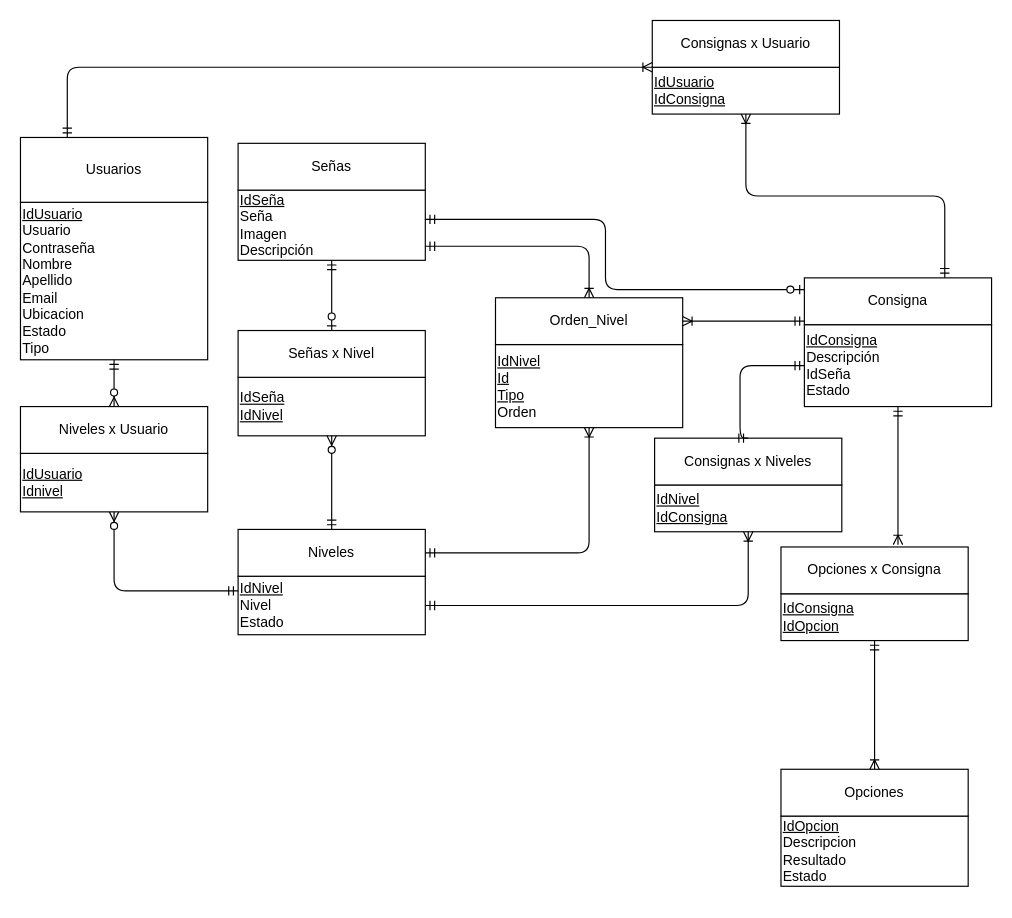
Before: Documentación/DER.drawio in AxelNegro/PA2_Grupo1, a draw.io diagram. Source tidied: cells renumbered, new cells numbered last; positions are measured from the earlier drawing's top-left corner, leaving out a move shared by most shapes. Both pictures are drawn from the tidied source at 117%, with x=0, y=0 at pixel (20, 20).
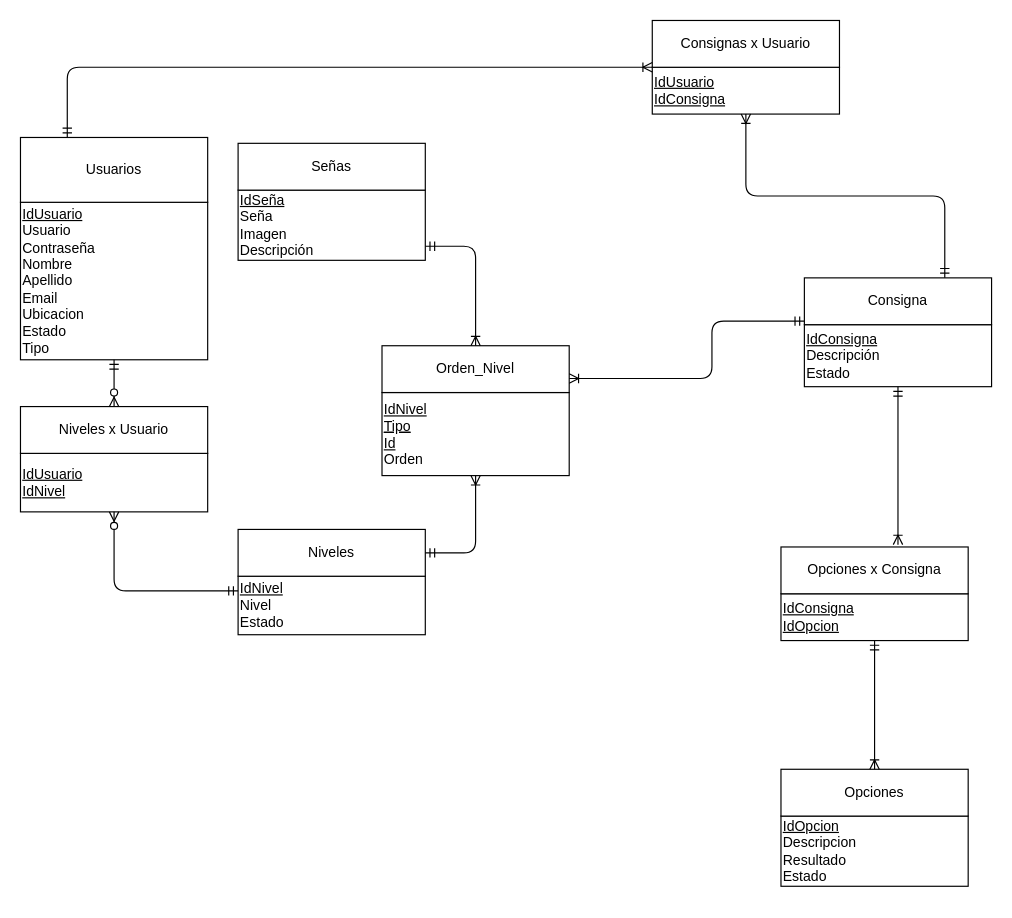
The same page after the edit.

Commit message (it also covers changes not shown here):
Corregido de vuelta otra cosa

Unchanged cells that the change refers to:
```xml
<mxCell id="2" style="group;" parent="1" vertex="1">
  <mxGeometry y="330" width="160" height="90" as="geometry" />
</mxCell>
<mxCell id="8" style="group;" parent="1" vertex="1">
  <mxGeometry x="670" y="220" width="160" height="110" as="geometry" />
</mxCell>
<mxCell id="10" value="Consigna" style="rounded=0;whiteSpace=wrap;html=1;" parent="8" vertex="1">
  <mxGeometry width="160" height="40" as="geometry" />
</mxCell>
<mxCell id="12" value="&lt;div&gt;&lt;u&gt;IdNivel&lt;/u&gt;&lt;/div&gt;&lt;div&gt;Nivel&lt;/div&gt;&lt;div&gt;Estado&lt;br&gt;&lt;u&gt;&lt;/u&gt;&lt;/div&gt;" style="rounded=0;whiteSpace=wrap;html=1;align=left;" parent="11" vertex="1">
  <mxGeometry y="40" width="160" height="50" as="geometry" />
</mxCell>
<mxCell id="13" value="Niveles" style="rounded=0;whiteSpace=wrap;html=1;" parent="11" vertex="1">
  <mxGeometry width="160" height="40" as="geometry" />
</mxCell>
<mxCell id="15" value="&lt;div&gt;&lt;u&gt;IdSeña&lt;/u&gt;&lt;/div&gt;&lt;div&gt;Seña&lt;/div&gt;&lt;div&gt;Imagen&lt;br&gt;&lt;/div&gt;&lt;div&gt;Descripción&lt;/div&gt;" style="rounded=0;whiteSpace=wrap;html=1;align=left;" parent="14" vertex="1">
  <mxGeometry y="40" width="160" height="60" as="geometry" />
</mxCell>
<mxCell id="44" value="Orden_Nivel" style="rounded=0;whiteSpace=wrap;html=1;" parent="42" vertex="1">
  <mxGeometry width="160" height="40" as="geometry" />
</mxCell>
```

Diff of the diagram source:
```diff
@@
-    <mxCell id="3" value="&lt;div&gt;&lt;u&gt;IdUsuario&lt;/u&gt;&lt;/div&gt;&lt;div&gt;&lt;u&gt;Idnivel&lt;/u&gt;&lt;br&gt;&lt;/div&gt;" style="rounded=0;whiteSpace=wrap;html=1;align=left;" parent="2" vertex="1">
+    <mxCell id="3" value="&lt;div&gt;&lt;u&gt;IdUsuario&lt;/u&gt;&lt;/div&gt;&lt;div&gt;&lt;u&gt;IdNivel&lt;/u&gt;&lt;br&gt;&lt;/div&gt;" style="rounded=0;whiteSpace=wrap;html=1;align=left;" parent="2" vertex="1">
       <mxGeometry y="40" width="160" height="50" as="geometry" />
     </mxCell>
@@
-    <mxCell id="9" value="&lt;div&gt;&lt;u&gt;IdConsigna&lt;/u&gt;&lt;/div&gt;&lt;div&gt;Descripción&lt;/div&gt;&lt;div&gt;IdSeña&lt;/div&gt;&lt;div&gt;Estado&lt;br&gt;&lt;u&gt;&lt;/u&gt;&lt;/div&gt;" style="rounded=0;whiteSpace=wrap;html=1;align=left;" parent="8" vertex="1">
-      <mxGeometry y="40" width="160" height="70" as="geometry" />
+    <mxCell id="9" value="&lt;div&gt;&lt;u&gt;IdConsigna&lt;/u&gt;&lt;/div&gt;&lt;div&gt;Descripción&lt;/div&gt;&lt;div&gt;Estado&lt;br&gt;&lt;u&gt;&lt;/u&gt;&lt;/div&gt;" style="rounded=0;whiteSpace=wrap;html=1;align=left;" parent="8" vertex="1">
+      <mxGeometry y="40" width="160" height="53" as="geometry" />
     </mxCell>
@@
-    <mxCell id="17" style="group;" parent="1" vertex="1">
-      <mxGeometry x="186" y="265" width="160" height="90" as="geometry" />
-    </mxCell>
-    <mxCell id="18" value="&lt;div&gt;&lt;u&gt;IdSeña&lt;/u&gt;&lt;/div&gt;&lt;u&gt;IdNivel&lt;/u&gt;&lt;br&gt;&lt;u&gt;&lt;/u&gt;" style="rounded=0;whiteSpace=wrap;html=1;align=left;" parent="17" vertex="1">
-      <mxGeometry y="40" width="160" height="50" as="geometry" />
-    </mxCell>
-    <mxCell id="19" value="Señas x Nivel" style="rounded=0;whiteSpace=wrap;html=1;" parent="17" vertex="1">
-      <mxGeometry width="160" height="40" as="geometry" />
-    </mxCell>
@@
-    <mxCell id="24" style="edgeStyle=orthogonalEdgeStyle;rounded=1;jettySize=auto;html=1;entryX=0.5;entryY=0;entryDx=0;entryDy=0;startArrow=ERmandOne;startFill=0;endArrow=ERzeroToOne;endFill=1;" parent="1" edge="1" source="15" target="19">
-      <mxGeometry relative="1" as="geometry" />
-    </mxCell>
-    <mxCell id="25" style="edgeStyle=orthogonalEdgeStyle;rounded=1;jettySize=auto;html=1;entryX=0.5;entryY=1;entryDx=0;entryDy=0;startArrow=ERmandOne;startFill=0;endArrow=ERzeroToMany;endFill=1;exitX=0.5;exitY=0;exitDx=0;exitDy=0;" parent="1" edge="1" source="13" target="18">
-      <mxGeometry relative="1" as="geometry" />
-    </mxCell>
@@
-    <mxCell id="28" style="group;" parent="1" vertex="1">
-      <mxGeometry x="542" y="357" width="160" height="90" as="geometry" />
-    </mxCell>
-    <mxCell id="29" value="&lt;div&gt;&lt;u&gt;IdNivel&lt;/u&gt;&lt;/div&gt;&lt;div&gt;&lt;u&gt;IdConsigna&lt;/u&gt;&lt;br&gt;&lt;/div&gt;" style="rounded=0;whiteSpace=wrap;html=1;align=left;" parent="28" vertex="1">
-      <mxGeometry y="40" width="160" height="40" as="geometry" />
-    </mxCell>
-    <mxCell id="30" value="Consignas x Niveles" style="rounded=0;whiteSpace=wrap;html=1;" parent="28" vertex="1">
-      <mxGeometry width="160" height="40" as="geometry" />
-    </mxCell>
-    <mxCell id="31" style="edgeStyle=orthogonalEdgeStyle;rounded=1;jettySize=auto;html=1;entryX=0.5;entryY=0;entryDx=0;entryDy=0;startArrow=ERmandOne;startFill=0;endArrow=ERmandOne;endFill=0;strokeColor=#000000;" parent="1" edge="1" source="9" target="30">
-      <mxGeometry relative="1" as="geometry">
-        <Array as="points">
-          <mxPoint x="615" y="295" />
-        </Array>
-      </mxGeometry>
-    </mxCell>
-    <mxCell id="32" style="edgeStyle=orthogonalEdgeStyle;rounded=1;jettySize=auto;html=1;entryX=0.5;entryY=1;entryDx=0;entryDy=0;startArrow=ERmandOne;startFill=0;endArrow=ERoneToMany;endFill=0;strokeColor=#000000;" parent="1" edge="1" source="12" target="29">
-      <mxGeometry relative="1" as="geometry" />
-    </mxCell>
@@
-    <mxCell id="41" style="edgeStyle=orthogonalEdgeStyle;rounded=1;jettySize=auto;html=1;startArrow=ERmandOne;startFill=0;endArrow=ERzeroToOne;endFill=1;" parent="1" edge="1" source="15" target="10">
-      <mxGeometry relative="1" as="geometry">
-        <Array as="points">
-          <mxPoint x="500" y="170" />
-          <mxPoint x="500" y="230" />
-        </Array>
-      </mxGeometry>
-    </mxCell>
     <mxCell id="42" style="group;" parent="1" vertex="1">
-      <mxGeometry x="406" y="237" width="160" height="111" as="geometry" />
+      <mxGeometry x="309" y="278" width="160" height="111" as="geometry" />
     </mxCell>
-    <mxCell id="43" value="&lt;div&gt;&lt;u&gt;IdNivel&lt;/u&gt;&lt;/div&gt;&lt;div&gt;&lt;u&gt;Id&lt;/u&gt;&lt;/div&gt;&lt;div&gt;&lt;u&gt;Tipo&lt;/u&gt;&lt;/div&gt;&lt;div&gt;Orden&lt;/div&gt;" style="rounded=0;whiteSpace=wrap;html=1;align=left;" parent="42" vertex="1">
+    <mxCell id="43" value="&lt;div&gt;&lt;u&gt;IdNivel&lt;/u&gt;&lt;br&gt;&lt;u&gt;&lt;u&gt;Tipo&lt;/u&gt;&lt;/u&gt;&lt;/div&gt;&lt;div&gt;&lt;u&gt;Id&lt;/u&gt;&lt;/div&gt;&lt;div&gt;Orden&lt;/div&gt;" style="rounded=0;whiteSpace=wrap;html=1;align=left;" parent="42" vertex="1">
       <mxGeometry y="40" width="160" height="71" as="geometry" />
     </mxCell>
@@
     <mxCell id="45" style="edgeStyle=orthogonalEdgeStyle;rounded=1;jettySize=auto;html=1;entryX=0.5;entryY=0;entryDx=0;entryDy=0;startArrow=ERmandOne;startFill=0;endArrow=ERoneToMany;endFill=0;" parent="1" edge="1" source="15" target="44">
       <mxGeometry relative="1" as="geometry">
         <Array as="points">
-          <mxPoint x="486" y="193" />
+          <mxPoint x="389" y="193" />
         </Array>
       </mxGeometry>
     </mxCell>
-    <mxCell id="46" style="edgeStyle=orthogonalEdgeStyle;rounded=1;jettySize=auto;html=1;startArrow=ERmandOne;startFill=0;endArrow=ERoneToMany;endFill=0;entryX=1;entryY=0.5;entryDx=0;entryDy=0;" parent="1" edge="1" target="44">
+    <mxCell id="46" style="edgeStyle=orthogonalEdgeStyle;rounded=1;orthogonalLoop=1;jettySize=auto;html=1;startArrow=ERmandOne;startFill=0;endArrow=ERoneToMany;endFill=0;" parent="1" edge="1">
       <mxGeometry relative="1" as="geometry">
         <mxPoint x="670" y="257" as="sourcePoint" />
+        <mxPoint x="469" y="306" as="targetPoint" />
         <Array as="points">
-          <mxPoint x="670" y="257" />
+          <mxPoint x="591" y="257" />
+          <mxPoint x="591" y="306" />
+          <mxPoint x="469" y="306" />
         </Array>
       </mxGeometry>
     </mxCell>
```
